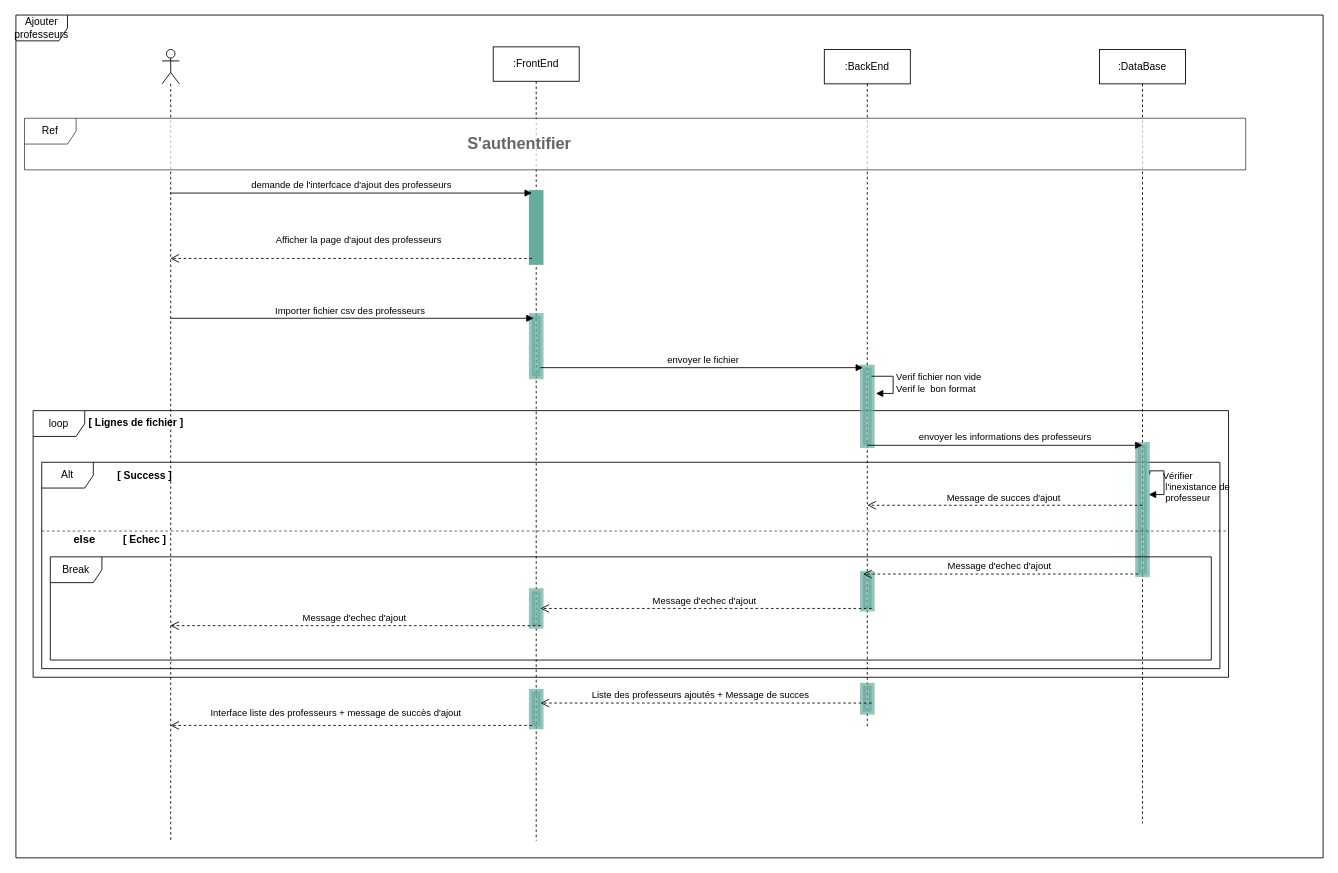
Lina-Hammami/new_repo keeps this draw.io diagram as page "Page-1" (1 of 2) of ajout d'utilisateur.drawio. Above is the earlier version. Source tidied: cells renumbered, new cells numbered last; positions are measured from the earlier drawing's top-left corner, leaving out a move shared by most shapes. Both pictures are drawn from the tidied source at 86%, with x=0, y=0 at pixel (15, 15).
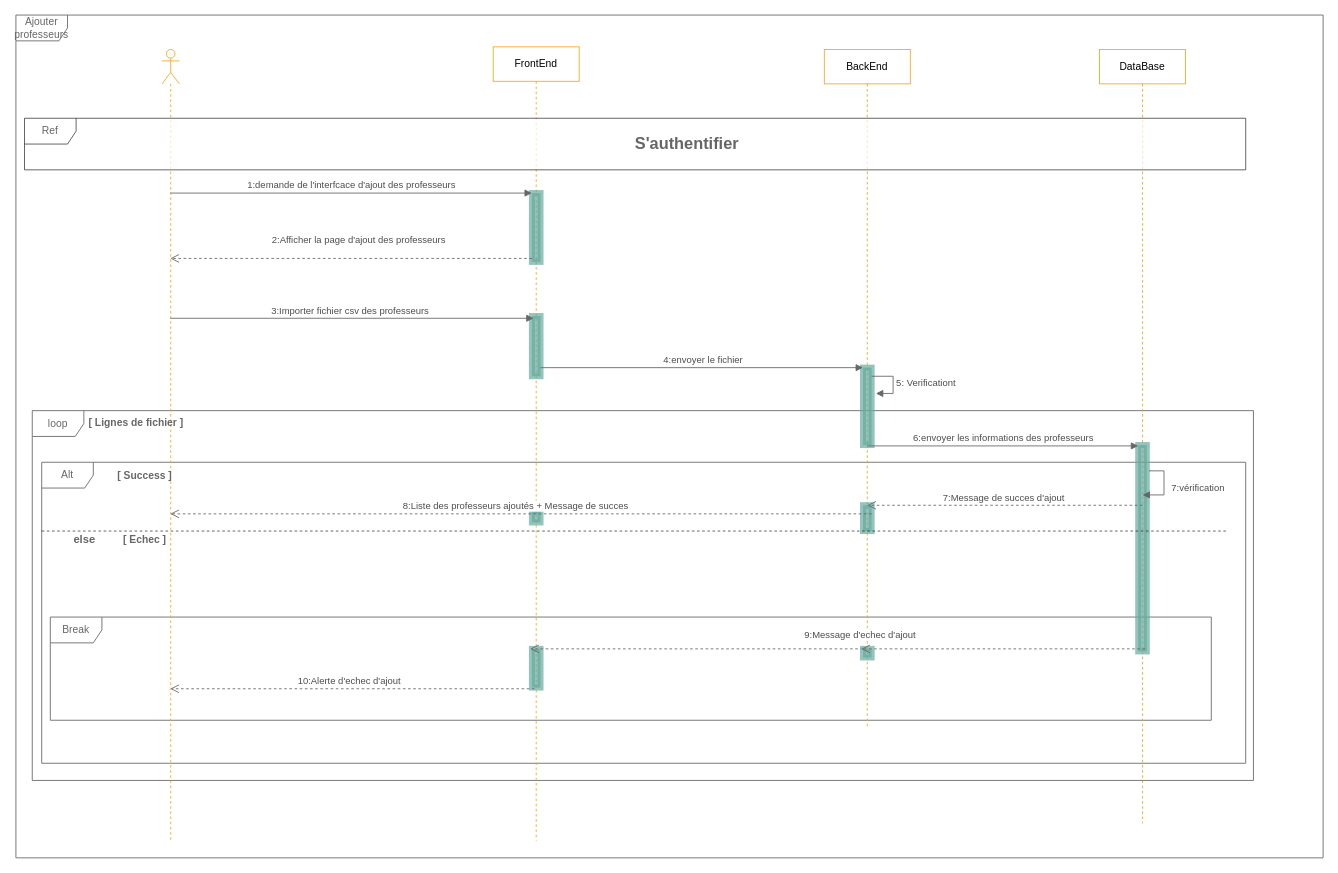
The same page after the edit.

The change refers to these unchanged cells:
```xml
<mxCell id="18" style="html=1;points=[];perimeter=orthogonalPerimeter;strokeColor=#67AB9F;strokeWidth=7;fillColor=#67AB9F;gradientColor=none;opacity=70;" parent="1" vertex="1">
  <mxGeometry x="600" y="350" width="10" height="70" as="geometry" />
</mxCell>
<mxCell id="20" style="html=1;points=[];perimeter=orthogonalPerimeter;strokeColor=#67AB9F;strokeWidth=7;fillColor=#67AB9F;gradientColor=none;opacity=70;" parent="1" vertex="1">
  <mxGeometry x="985" y="410" width="10" height="90" as="geometry" />
</mxCell>
```

The edit, as a diff of the source:
```diff
@@
-    <mxCell id="2" value="Ajouter professeurs" style="shape=umlFrame;whiteSpace=wrap;html=1;fillColor=#ffffff;align=center;gradientColor=none;" parent="1" vertex="1">
+    <mxCell id="2" value="Ajouter professeurs" style="shape=umlFrame;whiteSpace=wrap;html=1;fillColor=#ffffff;align=center;gradientColor=none;strokeColor=#666666;fontColor=#666666;" parent="1" vertex="1">
       <mxGeometry width="1520" height="980" as="geometry" />
     </mxCell>
-    <mxCell id="3" value="loop" style="shape=umlFrame;whiteSpace=wrap;html=1;fillColor=none;swimlaneFillColor=none;" parent="1" vertex="1">
-      <mxGeometry x="20" y="460" width="1390" height="310" as="geometry" />
+    <mxCell id="3" value="loop" style="shape=umlFrame;whiteSpace=wrap;html=1;fillColor=none;swimlaneFillColor=none;fontColor=#666666;strokeColor=#666666;" parent="1" vertex="1">
+      <mxGeometry x="19" y="460" width="1420" height="430" as="geometry" />
     </mxCell>
-    <mxCell id="4" value="Alt" style="shape=umlFrame;whiteSpace=wrap;html=1;fillColor=none;swimlaneFillColor=none;" parent="1" vertex="1">
-      <mxGeometry x="30" y="520" width="1370" height="240" as="geometry" />
+    <mxCell id="4" value="Alt" style="shape=umlFrame;whiteSpace=wrap;html=1;fillColor=none;swimlaneFillColor=none;fontColor=#666666;strokeColor=#666666;" parent="1" vertex="1">
+      <mxGeometry x="30" y="520" width="1400" height="350" as="geometry" />
     </mxCell>
+    <mxCell id="33" value="Break" style="shape=umlFrame;whiteSpace=wrap;html=1;fillColor=none;swimlaneFillColor=none;fontColor=#666666;strokeColor=#666666;" parent="1" vertex="1">
+      <mxGeometry x="40" y="700" width="1350" height="120" as="geometry" />
+    </mxCell>
-    <mxCell id="5" style="shape=umlLifeline;participant=umlActor;perimeter=lifelinePerimeter;whiteSpace=wrap;html=1;verticalAlign=top;spacingTop=36;labelBackgroundColor=#ffffff;outlineConnect=0;size=40;" parent="1" vertex="1">
+    <mxCell id="5" style="shape=umlLifeline;participant=umlActor;perimeter=lifelinePerimeter;whiteSpace=wrap;html=1;verticalAlign=top;spacingTop=36;labelBackgroundColor=#ffffff;outlineConnect=0;size=40;strokeColor=#FAA61A;" parent="1" vertex="1">
       <mxGeometry x="170" y="40" width="20" height="920" as="geometry" />
     </mxCell>
-    <mxCell id="6" value=":FrontEnd" style="shape=umlLifeline;perimeter=lifelinePerimeter;whiteSpace=wrap;html=1;" parent="1" vertex="1">
+    <mxCell id="6" value="FrontEnd" style="shape=umlLifeline;perimeter=lifelinePerimeter;whiteSpace=wrap;html=1;strokeColor=#FAA61A;" parent="1" vertex="1">
       <mxGeometry x="555" y="37" width="100" height="923" as="geometry" />
     </mxCell>
-    <mxCell id="7" style="html=1;points=[];perimeter=orthogonalPerimeter;strokeWidth=7;fillColor=#67AB9F;strokeColor=#67AB9F;" parent="6" vertex="1">
+    <mxCell id="7" style="html=1;points=[];perimeter=orthogonalPerimeter;strokeWidth=7;fillColor=#67AB9F;strokeColor=#67AB9F;opacity=70;" parent="6" vertex="1">
       <mxGeometry x="45" y="170" width="10" height="80" as="geometry" />
     </mxCell>
+    <mxCell id="30" style="html=1;points=[];perimeter=orthogonalPerimeter;strokeColor=#67AB9F;strokeWidth=7;fillColor=#67AB9F;gradientColor=none;opacity=70;" parent="6" vertex="1">
+      <mxGeometry x="45" y="700" width="10" height="45" as="geometry" />
+    </mxCell>
+    <mxCell id="35" style="html=1;points=[];perimeter=orthogonalPerimeter;strokeColor=#67AB9F;strokeWidth=7;fillColor=#67AB9F;gradientColor=none;opacity=70;" parent="6" vertex="1">
+      <mxGeometry x="45" y="540" width="10" height="13" as="geometry" />
+    </mxCell>
-    <mxCell id="8" value=":BackEnd" style="shape=umlLifeline;perimeter=lifelinePerimeter;whiteSpace=wrap;html=1;" parent="1" vertex="1">
+    <mxCell id="8" value="BackEnd" style="shape=umlLifeline;perimeter=lifelinePerimeter;whiteSpace=wrap;html=1;strokeColor=#FAA61A;" parent="1" vertex="1">
       <mxGeometry x="940" y="40" width="100" height="790" as="geometry" />
     </mxCell>
-    <mxCell id="9" style="html=1;points=[];perimeter=orthogonalPerimeter;strokeColor=#67AB9F;strokeWidth=7;fillColor=#67AB9F;gradientColor=none;opacity=70;" parent="8" vertex="1">
-      <mxGeometry x="45" y="610" width="10" height="40" as="geometry" />
-    </mxCell>
     <mxCell id="10" style="html=1;perimeter=orthogonalPerimeter;strokeColor=#67AB9F;strokeWidth=7;fillColor=#67AB9F;gradientColor=none;opacity=70;" parent="8" vertex="1">
-      <mxGeometry x="45" y="740" width="10" height="30" as="geometry" />
+      <mxGeometry x="45" y="530" width="10" height="30" as="geometry" />
     </mxCell>
-    <mxCell id="11" value=":DataBase" style="shape=umlLifeline;perimeter=lifelinePerimeter;whiteSpace=wrap;html=1;" parent="1" vertex="1">
+    <mxCell id="11" value="DataBase" style="shape=umlLifeline;perimeter=lifelinePerimeter;whiteSpace=wrap;html=1;strokeColor=#FAA61A;" parent="1" vertex="1">
       <mxGeometry x="1260" y="40" width="100" height="900" as="geometry" />
     </mxCell>
     <mxCell id="12" style="html=1;points=[];perimeter=orthogonalPerimeter;strokeColor=#67AB9F;strokeWidth=7;fillColor=#67AB9F;gradientColor=none;opacity=70;" parent="11" vertex="1">
-      <mxGeometry x="45" y="460" width="10" height="150" as="geometry" />
+      <mxGeometry x="45" y="460" width="10" height="240" as="geometry" />
     </mxCell>
-    <mxCell id="13" value="Vérifier&lt;br&gt;&amp;nbsp;l'inexistance de&lt;br&gt;&amp;nbsp;professeur" style="edgeStyle=orthogonalEdgeStyle;html=1;align=left;spacingLeft=2;endArrow=block;rounded=0;entryX=1.229;entryY=0.384;entryDx=0;entryDy=0;entryPerimeter=0;exitX=1.347;exitY=0.227;exitDx=0;exitDy=0;exitPerimeter=0;labelBackgroundColor=none;" parent="11" edge="1" source="12" target="12">
-      <mxGeometry x="0.23" y="-5" relative="1" as="geometry">
+    <mxCell id="13" value="7:vérification" style="edgeStyle=orthogonalEdgeStyle;html=1;align=left;spacingLeft=2;endArrow=block;rounded=0;labelBackgroundColor=none;strokeColor=#666666;startSize=7;fontColor=#4D4D4D;" parent="11" edge="1">
+      <mxGeometry x="0.07" y="5" relative="1" as="geometry">
+        <mxPoint x="59" y="490" as="sourcePoint" />
+        <mxPoint x="50" y="518" as="targetPoint" />
         <Array as="points">
           <mxPoint x="58" y="490" />
           <mxPoint x="75" y="490" />
           <mxPoint x="75" y="518" />
         </Array>
-        <mxPoint y="-1" as="offset" />
       </mxGeometry>
     </mxCell>
-    <mxCell id="14" value="Ref" style="shape=umlFrame;whiteSpace=wrap;html=1;fillColor=#ffffff;swimlaneFillColor=#ffffff;opacity=70;" parent="1" vertex="1">
+    <mxCell id="14" value="Ref" style="shape=umlFrame;whiteSpace=wrap;html=1;fillColor=#ffffff;swimlaneFillColor=#ffffff;opacity=70;fontColor=#666666;" parent="1" vertex="1">
       <mxGeometry x="10" y="120" width="1420" height="60" as="geometry" />
     </mxCell>
     <mxCell id="15" value="&lt;b&gt;&lt;font style=&quot;font-size: 19px&quot; color=&quot;#666666&quot;&gt;S'authentifier&lt;/font&gt;&lt;/b&gt;" style="text;html=1;align=center;verticalAlign=middle;fillColor=none;strokeColor=none;rounded=0;" parent="1" vertex="1">
-      <mxGeometry x="515" y="140" width="140" height="20" as="geometry" />
+      <mxGeometry x="710" y="140" width="140" height="20" as="geometry" />
     </mxCell>
-    <mxCell id="16" value="Afficher la page d'ajout des professeurs&amp;nbsp;" style="html=1;verticalAlign=bottom;endArrow=open;dashed=1;endSize=8;exitX=0;exitY=0.95;horizontal=1;" parent="1" edge="1" source="7" target="5">
+    <mxCell id="16" value="2:Afficher la page d'ajout des professeurs&amp;nbsp;" style="html=1;verticalAlign=bottom;endArrow=open;dashed=1;endSize=8;exitX=0;exitY=0.95;horizontal=1;strokeColor=#666666;startSize=7;fontColor=#4D4D4D;" parent="1" edge="1" source="7" target="5">
       <mxGeometry x="-0.05" y="-13" relative="1" as="geometry" />
     </mxCell>
-    <mxCell id="17" value="demande de l'interfcace d'ajout des professeurs" style="html=1;verticalAlign=bottom;endArrow=block;entryX=0;entryY=0;" parent="1" edge="1" source="5" target="7">
+    <mxCell id="17" value="1:demande de l'interfcace d'ajout des professeurs" style="html=1;verticalAlign=bottom;endArrow=block;entryX=0;entryY=0;strokeColor=#666666;startSize=7;fontColor=#4D4D4D;" parent="1" edge="1" source="5" target="7">
       <mxGeometry relative="1" as="geometry" />
     </mxCell>
@@
-    <mxCell id="19" value="Importer fichier csv des professeurs&amp;nbsp;" style="html=1;verticalAlign=bottom;startArrow=none;endArrow=block;startSize=8;startFill=0;entryX=0.2;entryY=0.037;entryDx=0;entryDy=0;entryPerimeter=0;" parent="1" edge="1" source="5" target="18">
+    <mxCell id="19" value="3:Importer fichier csv des professeurs&amp;nbsp;" style="html=1;verticalAlign=bottom;startArrow=none;endArrow=block;startSize=7;startFill=0;entryX=0.2;entryY=0.037;entryDx=0;entryDy=0;entryPerimeter=0;strokeColor=#666666;fontColor=#4D4D4D;" parent="1" edge="1" source="5" target="18">
       <mxGeometry relative="1" as="geometry">
         <mxPoint x="-1" as="offset" />
       </mxGeometry>
     </mxCell>
@@
-    <mxCell id="21" value="envoyer le fichier" style="html=1;verticalAlign=bottom;startArrow=none;endArrow=block;startSize=8;startFill=0;" parent="1" edge="1" source="18" target="20">
+    <mxCell id="21" value="4:envoyer le fichier" style="html=1;verticalAlign=bottom;startArrow=none;endArrow=block;startSize=7;startFill=0;strokeColor=#666666;fontColor=#4D4D4D;" parent="1" edge="1" source="18" target="20">
       <mxGeometry x="0.01" relative="1" as="geometry" />
     </mxCell>
-    <mxCell id="22" value="Verif fichier non vide&amp;nbsp;&lt;br&gt;Verif le&amp;nbsp; bon format" style="edgeStyle=orthogonalEdgeStyle;html=1;align=left;spacingLeft=2;endArrow=block;rounded=0;entryX=1;entryY=0;" parent="1" edge="1">
+    <mxCell id="22" value="5: Verificationt" style="edgeStyle=orthogonalEdgeStyle;html=1;align=left;spacingLeft=2;endArrow=block;rounded=0;entryX=1;entryY=0;strokeColor=#666666;startSize=7;fontColor=#4D4D4D;" parent="1" edge="1">
       <mxGeometry relative="1" as="geometry">
         <mxPoint x="995" y="420" as="sourcePoint" />
         <mxPoint x="1000" y="440" as="targetPoint" />
         <Array as="points">
           <mxPoint x="1020" y="420" />
         </Array>
       </mxGeometry>
     </mxCell>
-    <mxCell id="23" value="envoyer les informations des professeurs" style="html=1;verticalAlign=bottom;endArrow=block;entryX=0.928;entryY=0.13;entryDx=0;entryDy=0;entryPerimeter=0;exitX=0.698;exitY=0.13;exitDx=0;exitDy=0;exitPerimeter=0;" parent="1" edge="1" source="3" target="3">
-      <mxGeometry relative="1" as="geometry" />
+    <mxCell id="23" value="6:envoyer les informations des professeurs" style="html=1;verticalAlign=bottom;endArrow=block;strokeColor=#666666;startSize=7;fontColor=#4D4D4D;" parent="1" edge="1" target="12">
+      <mxGeometry relative="1" as="geometry">
+        <mxPoint x="990" y="501" as="sourcePoint" />
+      </mxGeometry>
     </mxCell>
-    <mxCell id="24" value="[ Success ]" style="text;align=center;fontStyle=1;verticalAlign=middle;spacingLeft=3;spacingRight=3;strokeColor=none;fillColor=none;gradientColor=none;opacity=70;fontColor=#000000;" parent="1" vertex="1">
+    <mxCell id="24" value="[ Success ]" style="text;align=center;fontStyle=1;verticalAlign=middle;spacingLeft=3;spacingRight=3;strokeColor=none;fillColor=none;gradientColor=none;opacity=70;fontColor=#666666;" parent="1" vertex="1">
       <mxGeometry x="110" y="522" width="80" height="26" as="geometry" />
     </mxCell>
-    <mxCell id="25" value="Message de succes d'ajout&amp;nbsp;" style="html=1;verticalAlign=bottom;endArrow=open;dashed=1;endSize=8;fontColor=#000000;" parent="1" edge="1">
+    <mxCell id="25" value="7:Message de succes d'ajout&amp;nbsp;" style="html=1;verticalAlign=bottom;endArrow=open;dashed=1;endSize=8;fontColor=#4D4D4D;strokeColor=#666666;startSize=7;" parent="1" edge="1">
       <mxGeometry relative="1" as="geometry">
         <mxPoint x="1310" y="570" as="sourcePoint" />
         <mxPoint x="990" y="570" as="targetPoint" />
       </mxGeometry>
     </mxCell>
@@
-    <mxCell id="27" value="[ Echec ]" style="text;align=center;fontStyle=1;verticalAlign=middle;spacingLeft=3;spacingRight=3;strokeColor=none;fillColor=none;gradientColor=none;opacity=70;fontColor=#000000;" parent="1" vertex="1">
+    <mxCell id="27" value="[ Echec ]" style="text;align=center;fontStyle=1;verticalAlign=middle;spacingLeft=3;spacingRight=3;strokeColor=none;fillColor=none;gradientColor=none;opacity=70;fontColor=#666666;" parent="1" vertex="1">
       <mxGeometry x="110" y="596" width="80" height="26" as="geometry" />
     </mxCell>
-    <mxCell id="28" value="else" style="text;align=center;fontStyle=1;verticalAlign=middle;spacingLeft=3;spacingRight=3;strokeColor=none;fillColor=none;gradientColor=none;opacity=70;fontColor=#000000;fontSize=13;" parent="1" vertex="1">
+    <mxCell id="28" value="else" style="text;align=center;fontStyle=1;verticalAlign=middle;spacingLeft=3;spacingRight=3;strokeColor=none;fillColor=none;gradientColor=none;opacity=70;fontColor=#666666;fontSize=13;" parent="1" vertex="1">
       <mxGeometry x="40" y="596" width="80" height="26" as="geometry" />
     </mxCell>
-    <mxCell id="29" value="Message d'echec d'ajout&amp;nbsp;" style="html=1;verticalAlign=bottom;endArrow=open;dashed=1;endSize=8;fontColor=#000000;" parent="1" edge="1">
-      <mxGeometry relative="1" as="geometry">
-        <mxPoint x="1305" y="650" as="sourcePoint" />
-        <mxPoint x="985" y="650" as="targetPoint" />
-      </mxGeometry>
+    <mxCell id="29" style="html=1;verticalAlign=bottom;endArrow=open;dashed=1;endSize=8;fontColor=#4D4D4D;entryX=-0.2;entryY=0;entryDx=0;entryDy=0;entryPerimeter=0;strokeColor=#666666;startSize=7;" parent="1" edge="1" source="9" target="30">
+      <mxGeometry x="-0.15" y="43" relative="1" as="geometry" />
     </mxCell>
-    <mxCell id="30" style="html=1;points=[];perimeter=orthogonalPerimeter;strokeColor=#67AB9F;strokeWidth=7;fillColor=#67AB9F;gradientColor=none;opacity=70;" parent="1" vertex="1">
-      <mxGeometry x="600" y="670" width="10" height="40" as="geometry" />
-    </mxCell>
-    <mxCell id="31" value="Message d'echec d'ajout&amp;nbsp;" style="html=1;verticalAlign=bottom;endArrow=open;dashed=1;endSize=8;fontColor=#000000;" parent="1" edge="1" target="30">
-      <mxGeometry relative="1" as="geometry">
-        <mxPoint x="995" y="690" as="sourcePoint" />
-      </mxGeometry>
-    </mxCell>
-    <mxCell id="32" value="Message d'echec d'ajout&amp;nbsp;" style="html=1;verticalAlign=bottom;endArrow=open;dashed=1;endSize=8;fontColor=#000000;" parent="1" edge="1" target="5">
-      <mxGeometry relative="1" as="geometry">
-        <mxPoint x="610" y="710" as="sourcePoint" />
-      </mxGeometry>
+    <mxCell id="32" value="10:Alerte d'echec d'ajout&amp;nbsp;" style="html=1;verticalAlign=bottom;endArrow=open;dashed=1;endSize=8;fontColor=#4D4D4D;exitX=0.3;exitY=1.031;exitDx=0;exitDy=0;exitPerimeter=0;strokeColor=#666666;startSize=7;" parent="1" edge="1" source="30" target="5">
+      <mxGeometry x="0.01" relative="1" as="geometry" />
     </mxCell>
-    <mxCell id="33" value="Break" style="shape=umlFrame;whiteSpace=wrap;html=1;fillColor=none;swimlaneFillColor=none;" parent="1" vertex="1">
-      <mxGeometry x="40" y="630" width="1350" height="120" as="geometry" />
-    </mxCell>
-    <mxCell id="34" value="[ Lignes de fichier ]" style="text;align=center;fontStyle=1;verticalAlign=middle;spacingLeft=3;spacingRight=3;strokeColor=none;fillColor=none;gradientColor=none;opacity=70;fontColor=#000000;" parent="1" vertex="1">
+    <mxCell id="34" value="[ Lignes de fichier ]" style="text;align=center;fontStyle=1;verticalAlign=middle;spacingLeft=3;spacingRight=3;strokeColor=none;fillColor=none;gradientColor=none;opacity=70;fontColor=#666666;" parent="1" vertex="1">
       <mxGeometry x="100" y="460" width="80" height="26" as="geometry" />
     </mxCell>
-    <mxCell id="35" style="html=1;points=[];perimeter=orthogonalPerimeter;strokeColor=#67AB9F;strokeWidth=7;fillColor=#67AB9F;gradientColor=none;opacity=70;" parent="1" vertex="1">
-      <mxGeometry x="600" y="787" width="10" height="40" as="geometry" />
-    </mxCell>
-    <mxCell id="36" value="Liste des professeurs ajoutés + Message de succes&amp;nbsp; &amp;nbsp;&amp;nbsp;" style="html=1;verticalAlign=bottom;endArrow=open;dashed=1;endSize=8;fontColor=#000000;" parent="1" edge="1" target="35">
-      <mxGeometry relative="1" as="geometry">
-        <mxPoint x="995" y="800" as="sourcePoint" />
-      </mxGeometry>
-    </mxCell>
-    <mxCell id="37" value="Interface liste des professeurs + message de succès d'ajout" style="html=1;verticalAlign=bottom;endArrow=open;dashed=1;endSize=8;fontColor=#000000;" parent="1" edge="1" target="5">
-      <mxGeometry x="0.09" y="-6" relative="1" as="geometry">
-        <mxPoint x="600" y="826" as="sourcePoint" />
-        <mxPoint x="1" as="offset" />
-      </mxGeometry>
-    </mxCell>
+    <mxCell id="38" value="8:Liste des professeurs ajoutés + Message de succes&amp;nbsp; &amp;nbsp;&amp;nbsp;" style="html=1;verticalAlign=bottom;endArrow=open;dashed=1;endSize=8;fontColor=#4D4D4D;strokeColor=#666666;startSize=7;" parent="1" edge="1">
+      <mxGeometry relative="1" as="geometry">
+        <mxPoint x="995" y="580" as="sourcePoint" />
+        <mxPoint x="179.5" y="580" as="targetPoint" />
+      </mxGeometry>
+    </mxCell>
+    <mxCell id="9" style="html=1;points=[];perimeter=orthogonalPerimeter;strokeColor=#67AB9F;strokeWidth=7;fillColor=#67AB9F;gradientColor=none;opacity=70;" parent="1" vertex="1">
+      <mxGeometry x="985" y="737" width="10" height="10" as="geometry" />
+    </mxCell>
+    <mxCell id="39" value="9:Message d'echec d'ajout&amp;nbsp;" style="html=1;verticalAlign=bottom;endArrow=open;dashed=1;endSize=8;fontColor=#4D4D4D;entryX=-0.2;entryY=0;entryDx=0;entryDy=0;entryPerimeter=0;strokeColor=#666666;startSize=7;" parent="1" edge="1" target="9">
+      <mxGeometry x="1" y="-7" relative="1" as="geometry">
+        <mxPoint x="1313" y="737" as="sourcePoint" />
+      </mxGeometry>
+    </mxCell>
```
